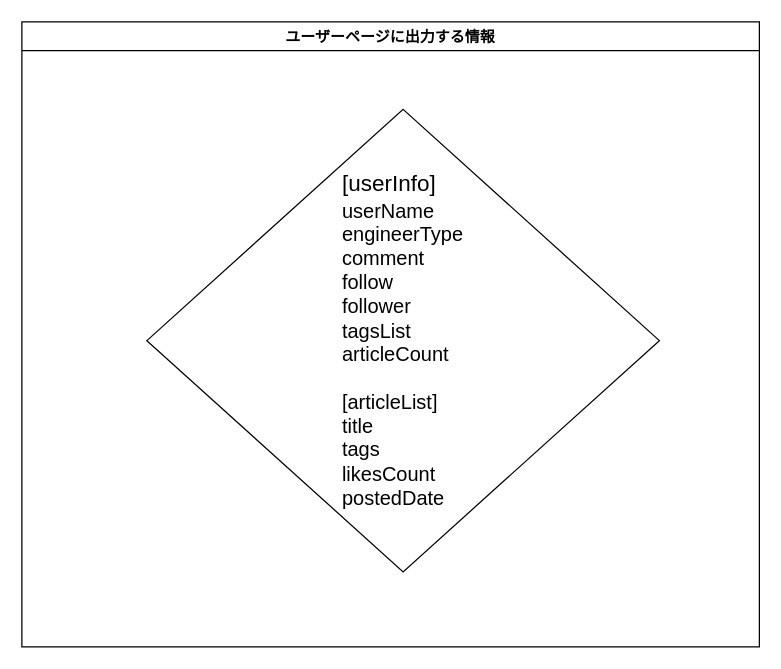
Above: page "ユーザーページ" (4 of 8) of Designs/要件定義.drawio in yusuke-rakus/Qiish (draw.io), before the change. Source tidied: cells renumbered, new cells numbered last; positions are measured from the earlier drawing's top-left corner, leaving out a move shared by most shapes. Both pictures are drawn from the tidied source at 125%, with x=0, y=0 at pixel (21, 21).
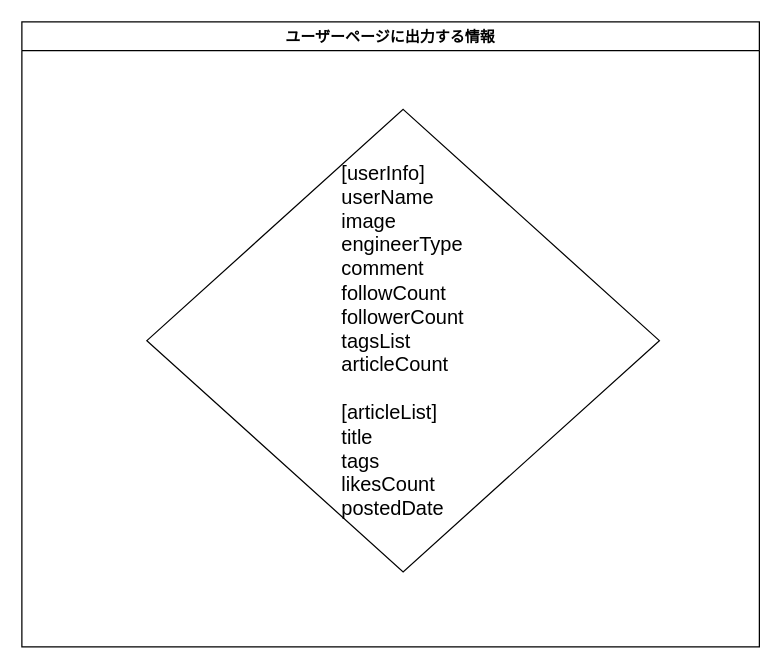
After the change.

Diff of the diagram source:
```diff
@@
 <mxGraphModel>
   <root>
     <mxCell id="0" />
     <mxCell id="1" parent="0" />
     <mxCell id="2" value="ユーザーページに出力する情報" style="swimlane;" parent="1" vertex="1">
       <mxGeometry width="590" height="500" as="geometry" />
     </mxCell>
-    <mxCell id="3" value="&lt;div style=&quot;text-align: justify&quot;&gt;&lt;font style=&quot;font-size: 18px&quot;&gt;[userInfo]&lt;/font&gt;&lt;/div&gt;&lt;div style=&quot;text-align: justify&quot;&gt;&lt;font size=&quot;3&quot;&gt;userName&lt;/font&gt;&lt;/div&gt;&lt;div style=&quot;text-align: justify&quot;&gt;&lt;font size=&quot;3&quot;&gt;engineerType&lt;/font&gt;&lt;/div&gt;&lt;div style=&quot;text-align: justify&quot;&gt;&lt;font size=&quot;3&quot;&gt;comment&lt;/font&gt;&lt;/div&gt;&lt;div style=&quot;text-align: justify&quot;&gt;&lt;font size=&quot;3&quot;&gt;follow&lt;/font&gt;&lt;/div&gt;&lt;div style=&quot;text-align: justify&quot;&gt;&lt;font size=&quot;3&quot;&gt;follower&lt;/font&gt;&lt;/div&gt;&lt;div style=&quot;text-align: justify&quot;&gt;&lt;font size=&quot;3&quot;&gt;tagsList&lt;/font&gt;&lt;/div&gt;&lt;div style=&quot;text-align: justify&quot;&gt;&lt;font size=&quot;3&quot;&gt;articleCount&lt;/font&gt;&lt;/div&gt;&lt;div style=&quot;text-align: justify&quot;&gt;&lt;font size=&quot;3&quot;&gt;&lt;br&gt;&lt;/font&gt;&lt;/div&gt;&lt;div style=&quot;text-align: justify&quot;&gt;&lt;font size=&quot;3&quot;&gt;[articleList]&lt;/font&gt;&lt;/div&gt;&lt;div style=&quot;text-align: justify&quot;&gt;&lt;font size=&quot;3&quot;&gt;title&lt;/font&gt;&lt;/div&gt;&lt;div style=&quot;text-align: justify&quot;&gt;&lt;font size=&quot;3&quot;&gt;tags&lt;/font&gt;&lt;/div&gt;&lt;div style=&quot;text-align: justify&quot;&gt;&lt;font size=&quot;3&quot;&gt;likesCount&lt;/font&gt;&lt;/div&gt;&lt;div style=&quot;text-align: justify&quot;&gt;&lt;font size=&quot;3&quot;&gt;postedDate&lt;/font&gt;&lt;/div&gt;" style="rhombus;whiteSpace=wrap;html=1;" parent="2" vertex="1">
+    <mxCell id="3" value="&lt;div style=&quot;text-align: justify&quot;&gt;&lt;font style=&quot;font-size: 16px&quot;&gt;[userInfo]&lt;/font&gt;&lt;/div&gt;&lt;div style=&quot;text-align: justify&quot;&gt;&lt;font size=&quot;3&quot;&gt;userName&lt;/font&gt;&lt;/div&gt;&lt;div style=&quot;text-align: justify&quot;&gt;&lt;font size=&quot;3&quot;&gt;image&lt;/font&gt;&lt;/div&gt;&lt;div style=&quot;text-align: justify&quot;&gt;&lt;font size=&quot;3&quot;&gt;engineerType&lt;/font&gt;&lt;/div&gt;&lt;div style=&quot;text-align: justify&quot;&gt;&lt;font size=&quot;3&quot;&gt;comment&lt;/font&gt;&lt;/div&gt;&lt;div style=&quot;text-align: justify&quot;&gt;&lt;font size=&quot;3&quot;&gt;followCount&lt;/font&gt;&lt;/div&gt;&lt;div style=&quot;text-align: justify&quot;&gt;&lt;font size=&quot;3&quot;&gt;followerCount&lt;/font&gt;&lt;/div&gt;&lt;div style=&quot;text-align: justify&quot;&gt;&lt;font size=&quot;3&quot;&gt;tagsList&lt;/font&gt;&lt;/div&gt;&lt;div style=&quot;text-align: justify&quot;&gt;&lt;font size=&quot;3&quot;&gt;articleCount&lt;/font&gt;&lt;/div&gt;&lt;div style=&quot;text-align: justify&quot;&gt;&lt;font size=&quot;3&quot;&gt;&lt;br&gt;&lt;/font&gt;&lt;/div&gt;&lt;div style=&quot;text-align: justify&quot;&gt;&lt;font size=&quot;3&quot;&gt;[articleList]&lt;/font&gt;&lt;/div&gt;&lt;div style=&quot;text-align: justify&quot;&gt;&lt;font size=&quot;3&quot;&gt;title&lt;/font&gt;&lt;/div&gt;&lt;div style=&quot;text-align: justify&quot;&gt;&lt;font size=&quot;3&quot;&gt;tags&lt;/font&gt;&lt;/div&gt;&lt;div style=&quot;text-align: justify&quot;&gt;&lt;font size=&quot;3&quot;&gt;likesCount&lt;/font&gt;&lt;/div&gt;&lt;div style=&quot;text-align: justify&quot;&gt;&lt;font size=&quot;3&quot;&gt;postedDate&lt;/font&gt;&lt;/div&gt;" style="rhombus;whiteSpace=wrap;html=1;" parent="2" vertex="1">
       <mxGeometry x="100" y="70" width="410" height="370" as="geometry" />
     </mxCell>
   </root>
 </mxGraphModel>
```
